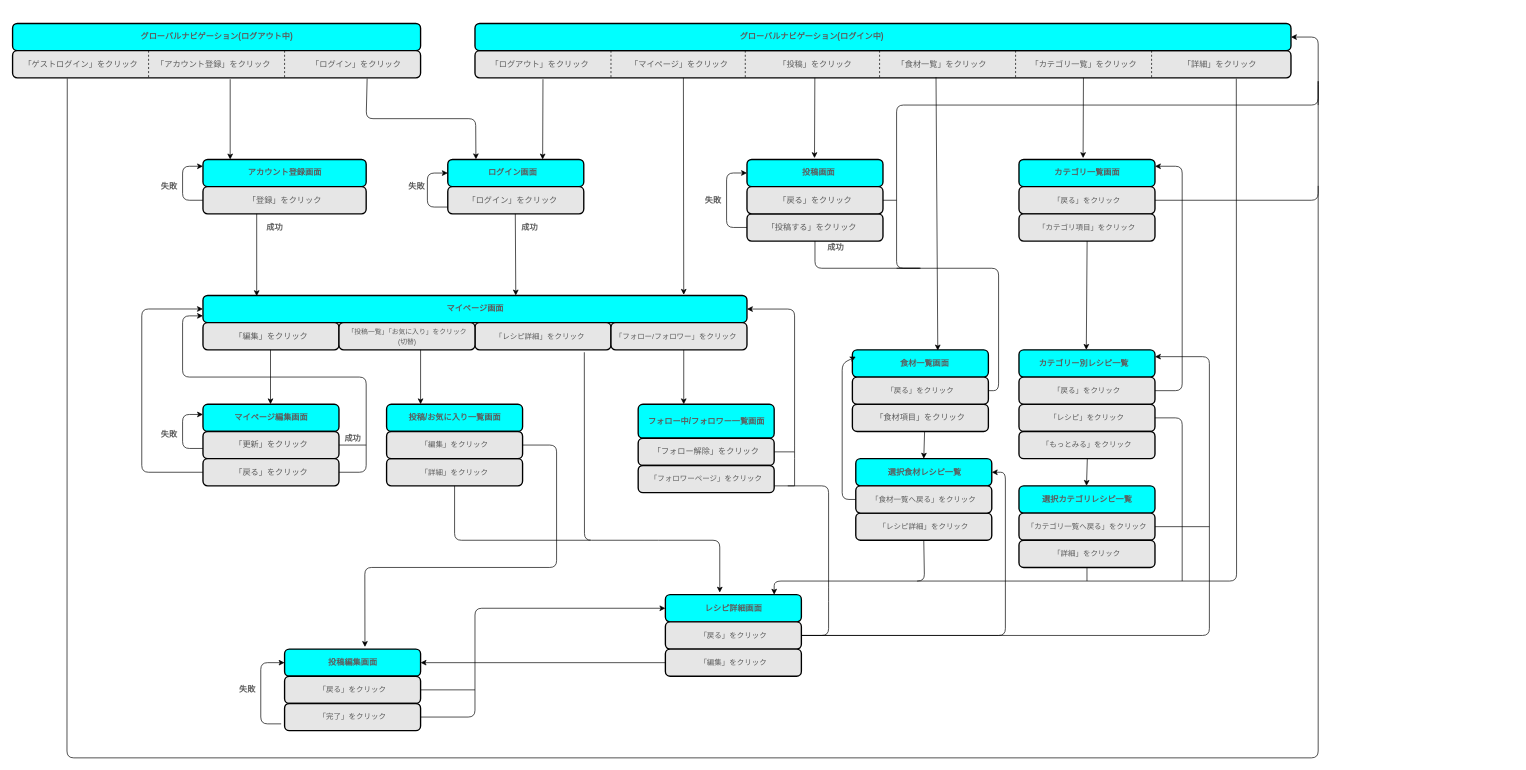
This is Design/screen.drawio from EICHAN0413/Original_App_Wonderful_Life, a draw.io file, before an edit. Source tidied: cells renumbered, new cells numbered last; positions are measured from the earlier drawing's top-left corner, leaving out a move shared by most shapes. Both pictures are drawn from the tidied source at 68%, with x=0, y=0 at pixel (12, 23).
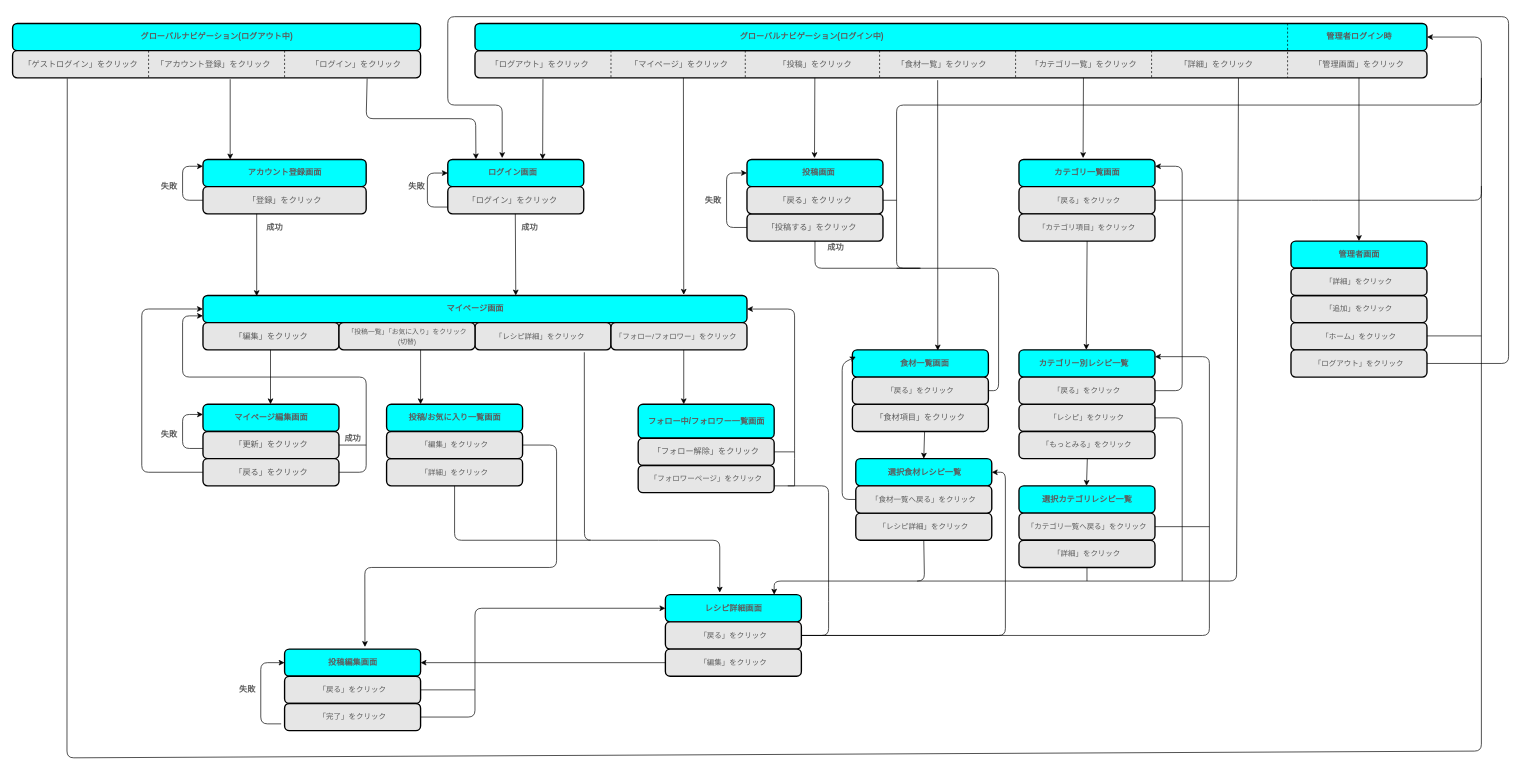
The same page after the edit.

The change refers to these unchanged cells:
```xml
<mxCell id="5" style="rounded=1;whiteSpace=wrap;html=1;absoluteArcSize=1;arcSize=14;strokeWidth=2;sketch=0;fontColor=#5C5C5C;fillColor=#E6E6E6;" parent="1" vertex="1">
  <mxGeometry y="40" width="600" height="40" as="geometry" />
</mxCell>
<mxCell id="71" style="rounded=1;whiteSpace=wrap;html=1;absoluteArcSize=1;arcSize=14;strokeWidth=2;sketch=0;fontColor=#5C5C5C;fillColor=#00FFFF;" parent="1" vertex="1">
  <mxGeometry x="1235" y="480" width="200" height="40" as="geometry" />
</mxCell>
<mxCell id="81" value="&lt;font style=&quot;font-size: 11px&quot;&gt;「戻る」をクリック&lt;/font&gt;" style="rounded=1;whiteSpace=wrap;html=1;absoluteArcSize=1;arcSize=14;strokeWidth=2;sketch=0;fontColor=#5C5C5C;fillColor=#E6E6E6;" parent="1" vertex="1">
  <mxGeometry x="1235" y="520" width="200" height="40" as="geometry" />
</mxCell>
<mxCell id="87" value="&lt;font style=&quot;font-size: 11px&quot;&gt;「戻る」をクリック&lt;/font&gt;" style="rounded=1;whiteSpace=wrap;html=1;absoluteArcSize=1;arcSize=14;strokeWidth=2;sketch=0;fontColor=#5C5C5C;fillColor=#E6E6E6;" parent="1" vertex="1">
  <mxGeometry x="1480" y="240" width="200" height="40" as="geometry" />
</mxCell>
```

Diff of the diagram source:
```diff
@@
     <mxCell id="6" style="rounded=1;whiteSpace=wrap;html=1;absoluteArcSize=1;arcSize=14;strokeWidth=2;sketch=0;fontColor=#5C5C5C;fillColor=#E6E6E6;" parent="1" vertex="1">
-      <mxGeometry x="680" y="40" width="1200" height="40" as="geometry" />
+      <mxGeometry x="680" y="40" width="1400" height="40" as="geometry" />
     </mxCell>
@@
     <mxCell id="11" style="rounded=1;whiteSpace=wrap;html=1;absoluteArcSize=1;arcSize=14;strokeWidth=2;sketch=0;fontColor=#5C5C5C;fillColor=#00FFFF;" parent="1" vertex="1">
-      <mxGeometry x="680" width="1200" height="40" as="geometry" />
+      <mxGeometry x="680" width="1400" height="40" as="geometry" />
     </mxCell>
@@
     <mxCell id="90" style="endArrow=classic;html=1;exitX=1;exitY=0.5;exitDx=0;exitDy=0;entryX=1;entryY=0.5;entryDx=0;entryDy=0;" parent="1" edge="1" source="81" target="11">
       <mxGeometry relative="1" as="geometry">
         <Array as="points">
           <mxPoint x="1450" y="540" />
           <mxPoint x="1450" y="360" />
           <mxPoint x="1300" y="360" />
           <mxPoint x="1300" y="120" />
-          <mxPoint x="1920" y="120" />
-          <mxPoint x="1920" y="20" />
+          <mxPoint x="2160" y="120" />
+          <mxPoint x="2160" y="20" />
         </Array>
       </mxGeometry>
     </mxCell>
@@
     <mxCell id="93" style="endArrow=none;html=1;exitX=1;exitY=0.5;exitDx=0;exitDy=0;" parent="1" edge="1" source="87">
       <mxGeometry relative="1" as="geometry">
-        <mxPoint x="1920" y="120" as="targetPoint" />
+        <mxPoint x="2160" y="80" as="targetPoint" />
         <Array as="points">
           <mxPoint x="1920" y="260" />
-          <mxPoint x="1920" y="80" />
+          <mxPoint x="2160" y="260" />
         </Array>
       </mxGeometry>
     </mxCell>
@@
-    <mxCell id="107" style="endArrow=classic;html=1;exitX=0.565;exitY=0.975;exitDx=0;exitDy=0;exitPerimeter=0;entryX=0.628;entryY=0.022;entryDx=0;entryDy=0;entryPerimeter=0;" parent="1" edge="1" source="6" target="71">
+    <mxCell id="107" style="endArrow=classic;html=1;exitX=0.486;exitY=1.085;exitDx=0;exitDy=0;exitPerimeter=0;entryX=0.628;entryY=0.022;entryDx=0;entryDy=0;entryPerimeter=0;" parent="1" edge="1" source="6" target="71">
       <mxGeometry relative="1" as="geometry" />
     </mxCell>
@@
     <mxCell id="127" value="「詳細」をクリック" style="text;html=1;align=center;verticalAlign=middle;strokeColor=none;fontColor=#5C5C5C;" parent="1" vertex="1">
-      <mxGeometry x="1715" y="50" width="120" height="20" as="geometry" />
+      <mxGeometry x="1710" y="50" width="120" height="20" as="geometry" />
     </mxCell>
-    <mxCell id="128" style="endArrow=none;html=1;exitX=0.933;exitY=1.028;exitDx=0;exitDy=0;exitPerimeter=0;" parent="1" edge="1" source="6">
+    <mxCell id="128" style="endArrow=none;html=1;exitX=0.802;exitY=1.01;exitDx=0;exitDy=0;exitPerimeter=0;" parent="1" edge="1" source="6">
       <mxGeometry relative="1" as="geometry">
         <mxPoint x="1580" y="820" as="targetPoint" />
         <Array as="points">
           <mxPoint x="1800" y="820" />
         </Array>
       </mxGeometry>
     </mxCell>
@@
     <mxCell id="148" style="endArrow=none;html=1;entryX=0.134;entryY=1.02;entryDx=0;entryDy=0;entryPerimeter=0;" parent="1" edge="1" target="5">
       <mxGeometry relative="1" as="geometry">
-        <mxPoint x="1920" y="238.8" as="sourcePoint" />
+        <mxPoint x="2160" y="239" as="sourcePoint" />
         <Array as="points">
-          <mxPoint x="1920" y="1080" />
+          <mxPoint x="2160" y="1070" />
           <mxPoint x="80" y="1080" />
         </Array>
       </mxGeometry>
     </mxCell>
+    <mxCell id="149" style="line;strokeWidth=1;direction=south;html=1;perimeter=backbonePerimeter;rounded=0;sketch=0;fontColor=#5C5C5C;fillColor=#E6E6E6;dashed=1;" parent="1" vertex="1">
+      <mxGeometry x="1870" width="10" height="80" as="geometry" />
+    </mxCell>
+    <mxCell id="150" value="「管理画面」をクリック" style="text;html=1;align=center;verticalAlign=middle;strokeColor=none;fontColor=#5C5C5C;" parent="1" vertex="1">
+      <mxGeometry x="1905" y="50" width="150" height="20" as="geometry" />
+    </mxCell>
+    <mxCell id="151" style="endArrow=classic;html=1;fontColor=#5C5C5C;fillColor=#21C0A5;entryX=0.5;entryY=0;entryDx=0;entryDy=0;" parent="1" edge="1" target="152">
+      <mxGeometry relative="1" as="geometry">
+        <mxPoint x="1980" y="80" as="sourcePoint" />
+      </mxGeometry>
+    </mxCell>
+    <mxCell id="152" style="rounded=1;whiteSpace=wrap;html=1;absoluteArcSize=1;arcSize=14;strokeWidth=2;sketch=0;fontColor=#5C5C5C;fillColor=#00FFFF;" parent="1" vertex="1">
+      <mxGeometry x="1880" y="320" width="200" height="40" as="geometry" />
+    </mxCell>
+    <mxCell id="153" value="&lt;b&gt;管理者画面&lt;/b&gt;" style="text;html=1;align=center;verticalAlign=middle;strokeColor=none;fontColor=#5C5C5C;" parent="1" vertex="1">
+      <mxGeometry x="1940" y="330" width="80" height="20" as="geometry" />
+    </mxCell>
+    <mxCell id="154" value="&lt;b&gt;管理者ログイン時&lt;/b&gt;" style="text;html=1;align=center;verticalAlign=middle;strokeColor=none;fontColor=#5C5C5C;" parent="1" vertex="1">
+      <mxGeometry x="1925" y="10" width="110" height="20" as="geometry" />
+    </mxCell>
+    <mxCell id="155" value="&lt;font style=&quot;font-size: 11px&quot;&gt;「ホーム」をクリック&lt;/font&gt;" style="rounded=1;whiteSpace=wrap;html=1;absoluteArcSize=1;arcSize=14;strokeWidth=2;sketch=0;fontColor=#5C5C5C;fillColor=#E6E6E6;" parent="1" vertex="1">
+      <mxGeometry x="1880" y="440" width="200" height="40" as="geometry" />
+    </mxCell>
+    <mxCell id="156" value="&lt;font style=&quot;font-size: 11px&quot;&gt;「追加」をクリック&lt;/font&gt;" style="rounded=1;whiteSpace=wrap;html=1;absoluteArcSize=1;arcSize=14;strokeWidth=2;sketch=0;fontColor=#5C5C5C;fillColor=#E6E6E6;" parent="1" vertex="1">
+      <mxGeometry x="1880" y="400" width="200" height="40" as="geometry" />
+    </mxCell>
+    <mxCell id="157" value="&lt;font style=&quot;font-size: 11px&quot;&gt;「詳細」をクリック&lt;/font&gt;" style="rounded=1;whiteSpace=wrap;html=1;absoluteArcSize=1;arcSize=14;strokeWidth=2;sketch=0;fontColor=#5C5C5C;fillColor=#E6E6E6;" parent="1" vertex="1">
+      <mxGeometry x="1880" y="360" width="200" height="40" as="geometry" />
+    </mxCell>
+    <mxCell id="158" value="&lt;font style=&quot;font-size: 11px&quot;&gt;「ログアウト」をクリック&lt;/font&gt;" style="rounded=1;whiteSpace=wrap;html=1;absoluteArcSize=1;arcSize=14;strokeWidth=2;sketch=0;fontColor=#5C5C5C;fillColor=#E6E6E6;" parent="1" vertex="1">
+      <mxGeometry x="1880" y="480" width="200" height="40" as="geometry" />
+    </mxCell>
+    <mxCell id="159" style="endArrow=none;html=1;exitX=1;exitY=0.5;exitDx=0;exitDy=0;" parent="1" edge="1">
+      <mxGeometry relative="1" as="geometry">
+        <mxPoint x="2080" y="459.5" as="sourcePoint" />
+        <mxPoint x="2160" y="459.5" as="targetPoint" />
+      </mxGeometry>
+    </mxCell>
+    <mxCell id="160" style="endArrow=classic;html=1;fontColor=#5C5C5C;fillColor=#21C0A5;exitX=1;exitY=0.5;exitDx=0;exitDy=0;" parent="1" edge="1" source="158">
+      <mxGeometry relative="1" as="geometry">
+        <mxPoint x="720" y="198" as="targetPoint" />
+        <Array as="points">
+          <mxPoint x="2200" y="500" />
+          <mxPoint x="2200" y="-10" />
+          <mxPoint x="640" y="-10" />
+          <mxPoint x="640" y="120" />
+          <mxPoint x="720" y="120" />
+        </Array>
+      </mxGeometry>
+    </mxCell>
```
